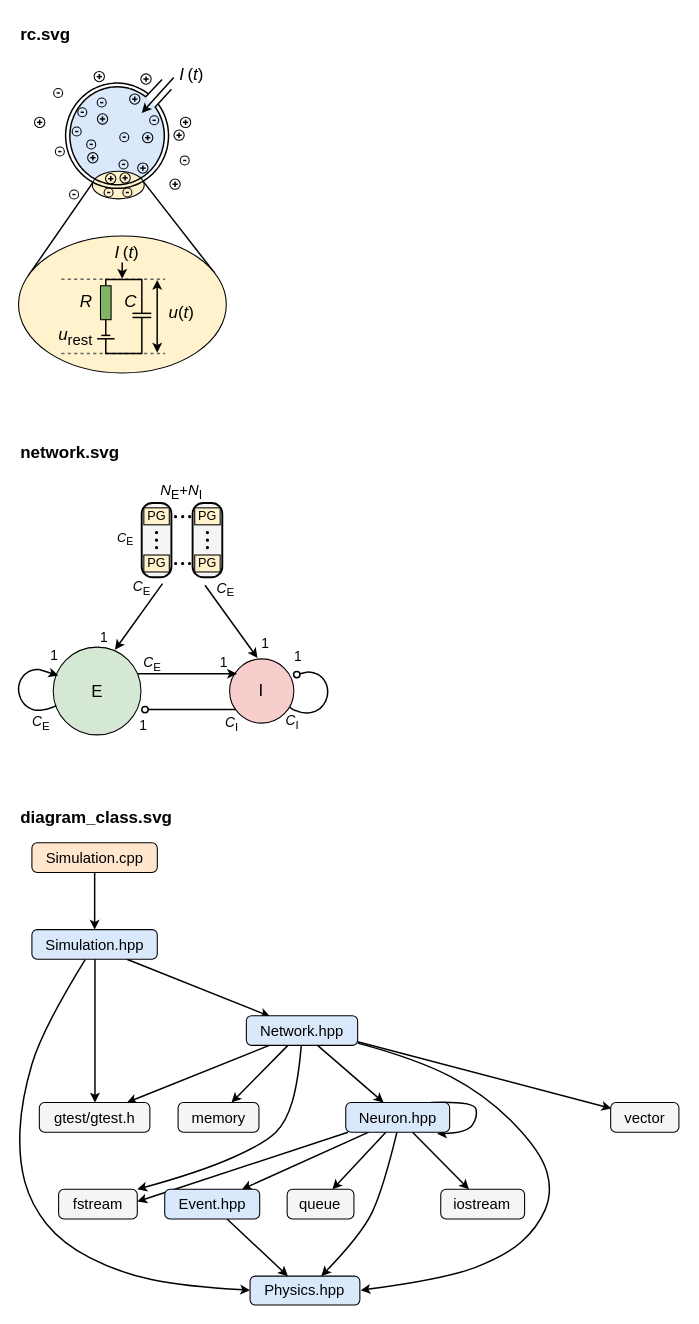
Above: assets/lif-brunel/lif-brunel.drawio in brunomaga/brunomaga.github.io (draw.io), before the change. Source tidied: cells renumbered, new cells numbered last; positions are measured from the earlier drawing's top-left corner, leaving out a move shared by most shapes. Both pictures are drawn from the tidied source at 106%, with x=0, y=0 at pixel (18, 18).
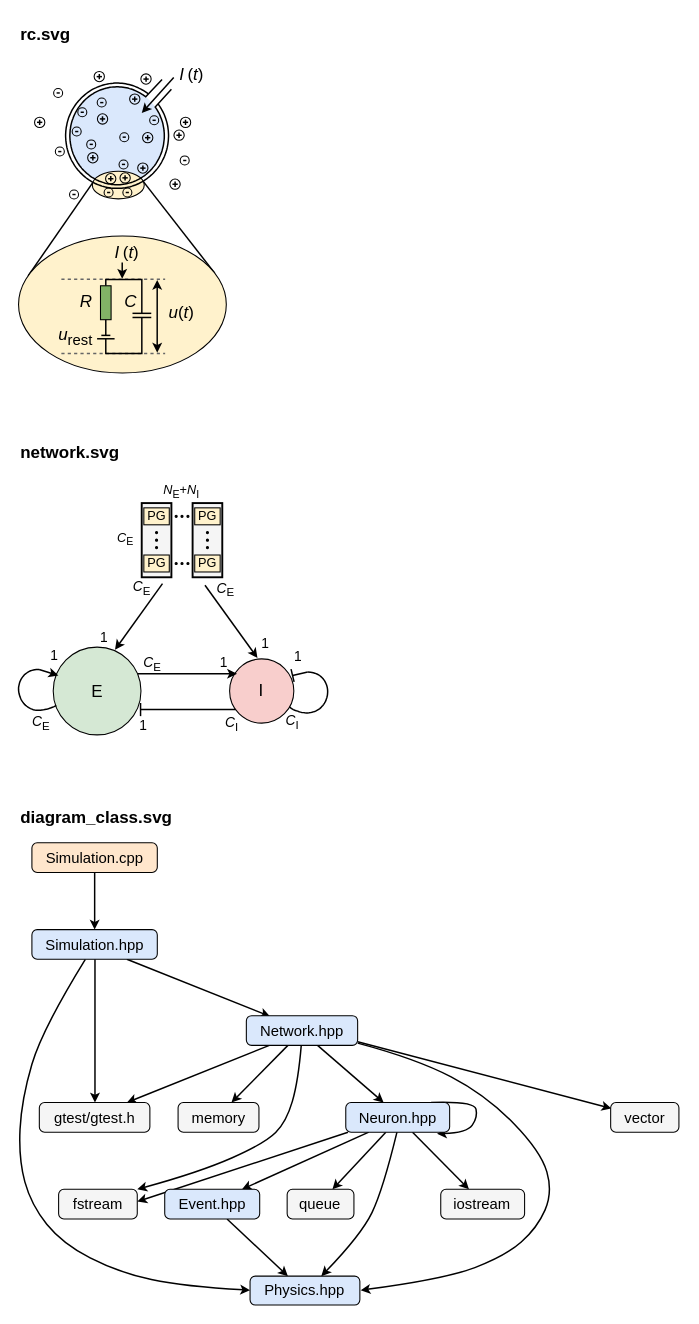
The same diagram, later.

The change refers to these unchanged cells:
```xml
<mxCell id="97" style="group;fontFamily=Source Sans 3;" parent="1" vertex="1">
  <mxGeometry y="434.3" width="291.6" height="243.4" as="geometry" />
</mxCell>
```

Diff of the diagram source:
```diff
@@
-    <mxCell id="98" style="rounded=1;whiteSpace=wrap;html=1;fillColor=#f5f5f5;strokeColor=#000000;strokeWidth=1.8;fontFamily=Source Sans 3;absoluteArcSize=1;arcSize=20;" parent="97" vertex="1">
+    <mxCell id="98" style="rounded=0;whiteSpace=wrap;html=1;fillColor=#f5f5f5;strokeColor=#000000;strokeWidth=1.8;fontFamily=Source Sans 3;" parent="97" vertex="1">
       <mxGeometry x="116.2" y="22.8" width="28" height="70" as="geometry" />
     </mxCell>
@@
-    <mxCell id="101" style="rounded=1;whiteSpace=wrap;html=1;fillColor=#f5f5f5;strokeColor=#000000;strokeWidth=1.8;fontFamily=Source Sans 3;absoluteArcSize=1;arcSize=20;" parent="97" vertex="1">
+    <mxCell id="101" style="rounded=0;whiteSpace=wrap;html=1;fillColor=#f5f5f5;strokeColor=#000000;strokeWidth=1.8;fontFamily=Source Sans 3;" parent="97" vertex="1">
       <mxGeometry x="164.2" y="22.8" width="28" height="70" as="geometry" />
     </mxCell>
@@
     <mxCell id="104" style="ellipse;whiteSpace=wrap;html=1;fillColor=#000000;strokeColor=#000000;strokeWidth=1.0;fontFamily=Source Sans 3;" parent="97" vertex="1">
-      <mxGeometry x="147.1" y="34.6" width="2" height="2" as="geometry" />
+      <mxGeometry x="147.7" y="34.3" width="2" height="2" as="geometry" />
     </mxCell>
     <mxCell id="105" style="ellipse;whiteSpace=wrap;html=1;fillColor=#000000;strokeColor=#000000;strokeWidth=1.0;fontFamily=Source Sans 3;" parent="97" vertex="1">
-      <mxGeometry x="153.9" y="34.6" width="2" height="2" as="geometry" />
+      <mxGeometry x="153.2" y="34.3" width="2" height="2" as="geometry" />
     </mxCell>
     <mxCell id="106" style="ellipse;whiteSpace=wrap;html=1;fillColor=#000000;strokeColor=#000000;strokeWidth=1.0;fontFamily=Source Sans 3;" parent="97" vertex="1">
-      <mxGeometry x="160.4" y="34.6" width="2" height="2" as="geometry" />
+      <mxGeometry x="158.8" y="34.3" width="2" height="2" as="geometry" />
     </mxCell>
     <mxCell id="107" style="ellipse;whiteSpace=wrap;html=1;fillColor=#000000;strokeColor=#000000;strokeWidth=1.0;fontFamily=Source Sans 3;" parent="97" vertex="1">
-      <mxGeometry x="147.2" y="78.8" width="2" height="2" as="geometry" />
+      <mxGeometry x="147.7" y="78.8" width="2" height="2" as="geometry" />
     </mxCell>
     <mxCell id="108" style="ellipse;whiteSpace=wrap;html=1;fillColor=#000000;strokeColor=#000000;strokeWidth=1.0;fontFamily=Source Sans 3;" parent="97" vertex="1">
-      <mxGeometry x="153.8" y="78.8" width="2" height="2" as="geometry" />
+      <mxGeometry x="153.2" y="78.8" width="2" height="2" as="geometry" />
     </mxCell>
     <mxCell id="109" style="ellipse;whiteSpace=wrap;html=1;fillColor=#000000;strokeColor=#000000;strokeWidth=1.0;fontFamily=Source Sans 3;" parent="97" vertex="1">
-      <mxGeometry x="160.3" y="78.8" width="2" height="2" as="geometry" />
+      <mxGeometry x="158.8" y="78.8" width="2" height="2" as="geometry" />
     </mxCell>
@@
-    <mxCell id="116" value="&lt;i&gt;N&lt;/i&gt;&lt;sub style=&quot;line-height:0;&quot;&gt;E&lt;/sub&gt;+&lt;i&gt;N&lt;/i&gt;&lt;sub style=&quot;line-height:0;&quot;&gt;I&lt;/sub&gt;" style="text;html=1;whiteSpace=wrap;align=center;verticalAlign=middle;fontSize=14;fontStyle=0;fontFamily=NewComputerModernSansMath;fontColor=#000000;" parent="97" vertex="1">
+    <mxCell id="116" value="&lt;i&gt;N&lt;/i&gt;&lt;sub style=&quot;line-height:0;&quot;&gt;E&lt;/sub&gt;+&lt;i&gt;N&lt;/i&gt;&lt;sub style=&quot;line-height:0;&quot;&gt;I&lt;/sub&gt;" style="text;html=1;whiteSpace=wrap;align=center;verticalAlign=middle;fontSize=12;fontStyle=0;fontFamily=NewComputerModernSansMath;fontColor=#000000;" parent="97" vertex="1">
       <mxGeometry x="130.1" width="48.3" height="20.8" as="geometry" />
     </mxCell>
@@
-    <mxCell id="120" value="E" style="text;html=1;whiteSpace=wrap;align=center;verticalAlign=middle;fontSize=16;fontStyle=0;fontFamily=NewComputerModernSansMath;fontColor=#000000;" parent="97" vertex="1">
+    <mxCell id="120" value="E" style="text;html=1;whiteSpace=wrap;align=center;verticalAlign=middle;fontSize=16;fontStyle=0;fontFamily=Source Sans 3;fontColor=#000000;" parent="97" vertex="1">
       <mxGeometry x="66.4" y="188.9" width="16.8" height="23.2" as="geometry" />
     </mxCell>
-    <mxCell id="121" value="I" style="text;html=1;whiteSpace=wrap;align=center;verticalAlign=middle;fontSize=16;fontStyle=0;fontFamily=NewComputerModernSansMath;fontColor=#000000;" parent="97" vertex="1">
+    <mxCell id="121" value="I" style="text;html=1;whiteSpace=wrap;align=center;verticalAlign=middle;fontSize=16;fontStyle=0;fontFamily=Source Sans 3;fontColor=#000000;" parent="97" vertex="1">
       <mxGeometry x="222.6" y="187.9" width="12.3" height="23.2" as="geometry" />
     </mxCell>
@@
-    <mxCell id="131" style="endArrow=oval;startArrow=none;html=1;rounded=0;strokeColor=#000000;strokeWidth=1.4;fontSize=12;endFill=0;endSize=6;fontStyle=0;fontFamily=Source Sans 3;fontColor=#000000;" parent="97" edge="1">
+    <mxCell id="131" style="endArrow=baseDash;startArrow=none;html=1;rounded=0;strokeColor=#000000;strokeWidth=1.4;fontSize=12;endSize=10;fontStyle=0;fontFamily=Source Sans 3;fontColor=#000000;" parent="97" edge="1">
       <mxGeometry relative="1" as="geometry">
         <mxPoint x="204.8" y="217.6" as="sourcePoint" />
-        <mxPoint x="119.3" y="217.6" as="targetPoint" />
+        <mxPoint x="115.1" y="217.6" as="targetPoint" />
       </mxGeometry>
     </mxCell>
@@
-    <mxCell id="139" style="endArrow=oval;startArrow=none;html=1;rounded=0;strokeColor=#000000;strokeWidth=1.4;fontSize=12;endFill=0;endSize=6;fontStyle=0;fontFamily=Source Sans 3;fontColor=#000000;" parent="97" edge="1">
+    <mxCell id="139" style="endArrow=baseDash;startArrow=none;html=1;rounded=0;strokeColor=#000000;strokeWidth=1.4;fontSize=12;endSize=10;fontStyle=0;fontFamily=Source Sans 3;fontColor=#000000;" parent="97" edge="1">
       <mxGeometry relative="1" as="geometry">
         <mxPoint x="272.8" y="182.1" as="sourcePoint" />
-        <mxPoint x="262.5" y="184.6" as="targetPoint" />
+        <mxPoint x="258.5" y="185.5" as="targetPoint" />
       </mxGeometry>
     </mxCell>
```
